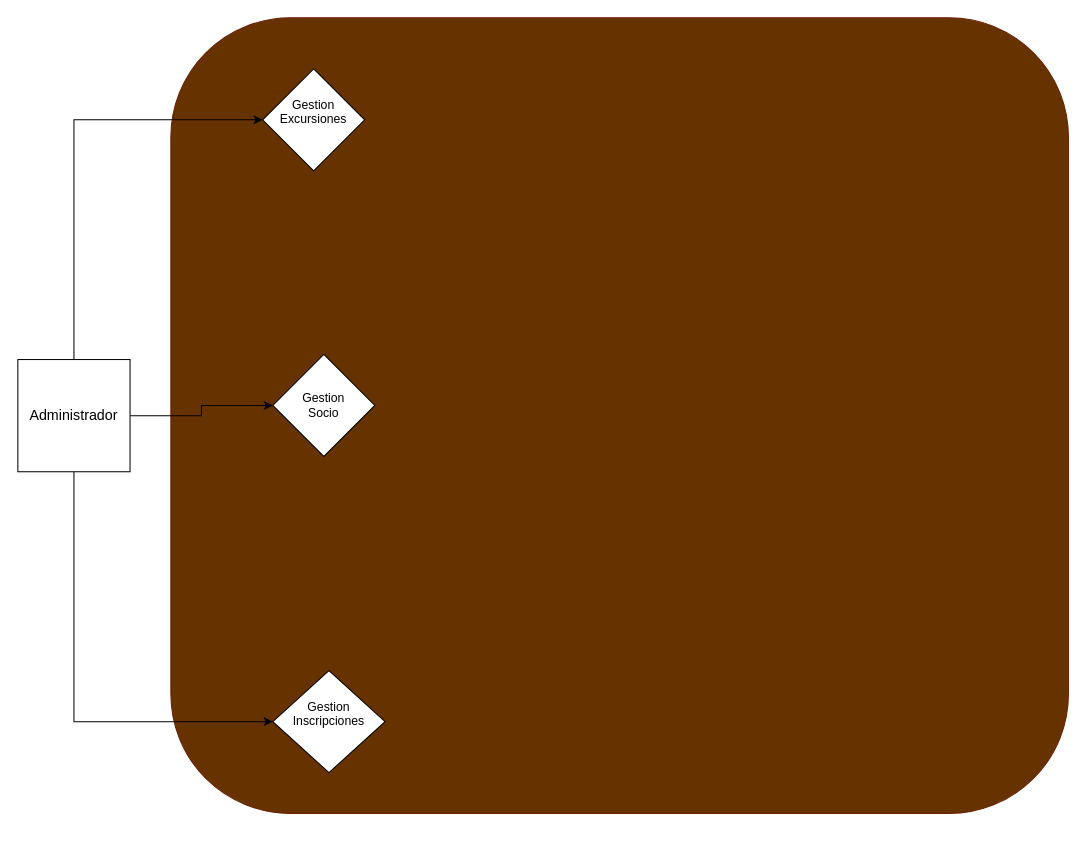
Before: Diagrama -Diego/DiagramaUsoDiegoDiaz.drawio in dadd86/The-Javengers---IntellJ, a draw.io diagram. Source tidied: cells renumbered, new cells numbered last; positions are measured from the earlier drawing's top-left corner, leaving out a move shared by most shapes. Both pictures are drawn from the tidied source at 102%, with x=0, y=0 at pixel (17, 17).
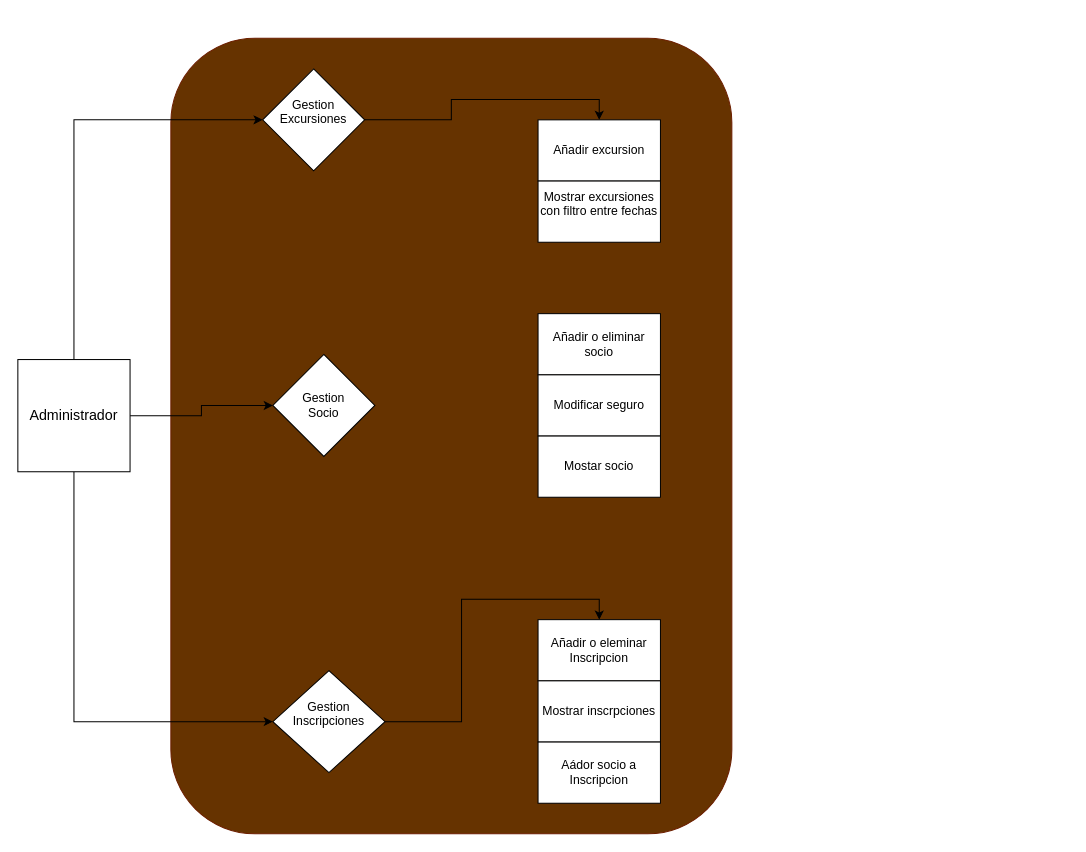
After the change.

The change refers to these unchanged cells:
```xml
<mxCell id="7" value="Gestion&lt;div&gt;Excursiones&lt;/div&gt;&lt;div&gt;&lt;br&gt;&lt;/div&gt;" style="rhombus;whiteSpace=wrap;html=1;" parent="1" vertex="1">
  <mxGeometry x="240" y="50" width="100" height="100" as="geometry" />
</mxCell>
<mxCell id="9" value="Gestion&lt;div&gt;Inscripciones&lt;/div&gt;&lt;div&gt;&lt;br&gt;&lt;/div&gt;" style="rhombus;whiteSpace=wrap;html=1;" parent="1" vertex="1">
  <mxGeometry x="250" y="640" width="110" height="100" as="geometry" />
</mxCell>
```

The edit, as a diff of the source:
```diff
@@
     <mxCell id="2" style="rounded=1;whiteSpace=wrap;html=1;fillColor=#663300;fontColor=#ffffff;strokeColor=#6D1F00;" parent="1" vertex="1">
-      <mxGeometry x="150" width="880" height="780" as="geometry" />
+      <mxGeometry x="150" y="20" width="550" height="780" as="geometry" />
     </mxCell>
@@
+    <mxCell id="10" style="edgeStyle=orthogonalEdgeStyle;rounded=0;jettySize=auto;html=1;entryX=0.5;entryY=0;entryDx=0;entryDy=0;" parent="1" edge="1" source="7" target="12">
+      <mxGeometry relative="1" as="geometry" />
+    </mxCell>
@@
+    <mxCell id="11" style="edgeStyle=orthogonalEdgeStyle;rounded=0;jettySize=auto;html=1;entryX=0.5;entryY=0;entryDx=0;entryDy=0;" parent="1" edge="1" source="9" target="17">
+      <mxGeometry relative="1" as="geometry" />
+    </mxCell>
@@
+    <mxCell id="12" value="Añadir excursion" style="rounded=0;whiteSpace=wrap;html=1;" parent="1" vertex="1">
+      <mxGeometry x="510" y="100" width="120" height="60" as="geometry" />
+    </mxCell>
+    <mxCell id="13" value="Mostrar excursiones con filtro entre fechas&lt;div&gt;&lt;br&gt;&lt;/div&gt;" style="rounded=0;whiteSpace=wrap;html=1;" parent="1" vertex="1">
+      <mxGeometry x="510" y="160" width="120" height="60" as="geometry" />
+    </mxCell>
+    <mxCell id="14" value="Añadir o eliminar socio" style="rounded=0;whiteSpace=wrap;html=1;" parent="1" vertex="1">
+      <mxGeometry x="510" y="290" width="120" height="60" as="geometry" />
+    </mxCell>
+    <mxCell id="15" value="Modificar seguro" style="rounded=0;whiteSpace=wrap;html=1;" parent="1" vertex="1">
+      <mxGeometry x="510" y="350" width="120" height="60" as="geometry" />
+    </mxCell>
+    <mxCell id="16" value="Mostar socio" style="rounded=0;whiteSpace=wrap;html=1;" parent="1" vertex="1">
+      <mxGeometry x="510" y="410" width="120" height="60" as="geometry" />
+    </mxCell>
+    <mxCell id="17" value="Añadir o eleminar Inscripcion" style="rounded=0;whiteSpace=wrap;html=1;" parent="1" vertex="1">
+      <mxGeometry x="510" y="590" width="120" height="60" as="geometry" />
+    </mxCell>
+    <mxCell id="18" value="Mostrar inscrpciones" style="rounded=0;whiteSpace=wrap;html=1;" parent="1" vertex="1">
+      <mxGeometry x="510" y="650" width="120" height="60" as="geometry" />
+    </mxCell>
+    <mxCell id="19" value="Aádor socio a Inscripcion" style="rounded=0;whiteSpace=wrap;html=1;" parent="1" vertex="1">
+      <mxGeometry x="510" y="710" width="120" height="60" as="geometry" />
+    </mxCell>
```
